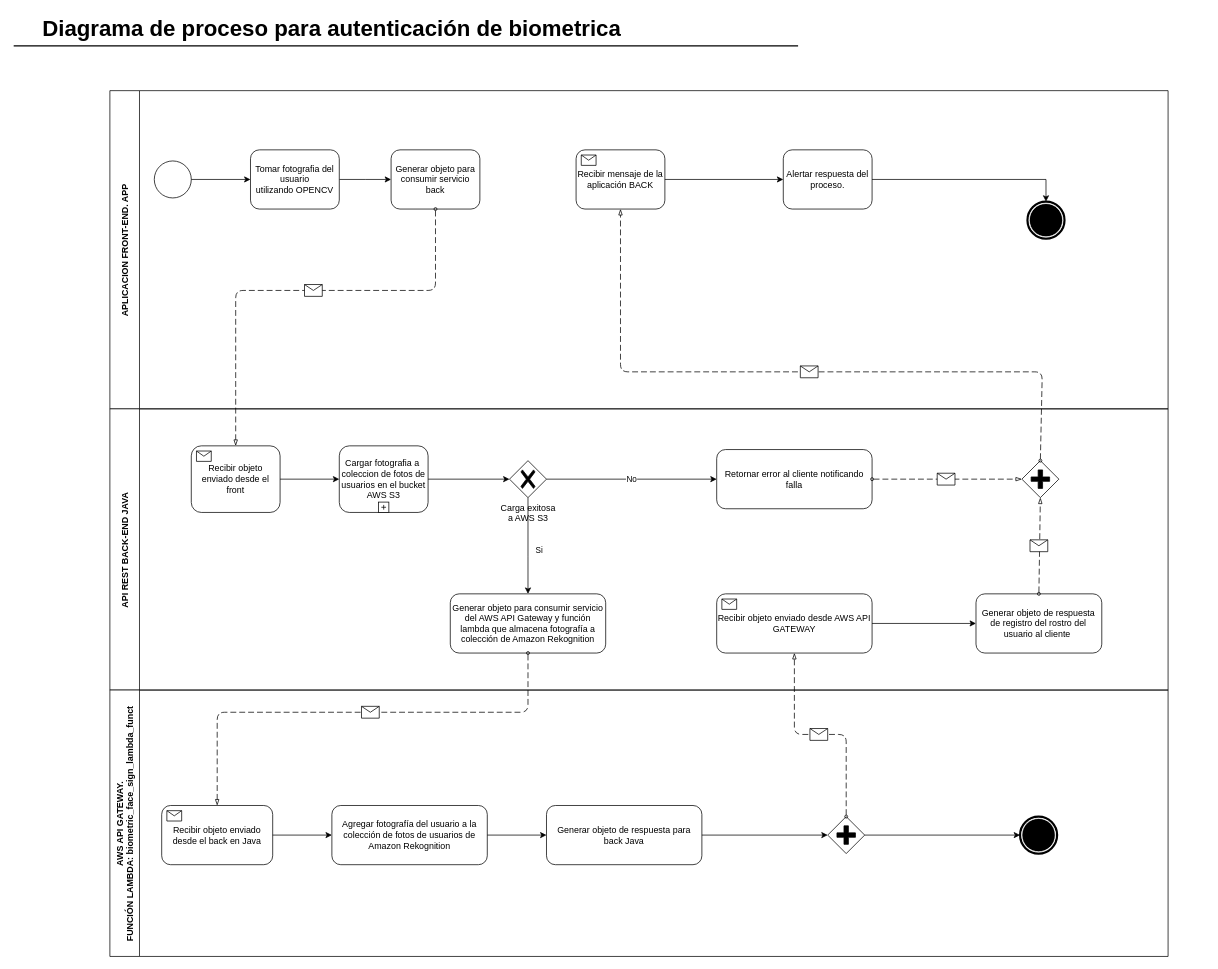
Earlier version of the draw.io diagram DiagramaProcesoAutenticacionBiometrica.drawio (ca-milin15/proy_grado_2021_doc). Source tidied: cells renumbered, new cells numbered last; positions are measured from the earlier drawing's top-left corner, leaving out a move shared by most shapes. Both pictures are drawn from the tidied source at 74%, with x=0, y=0 at pixel (13, 12).
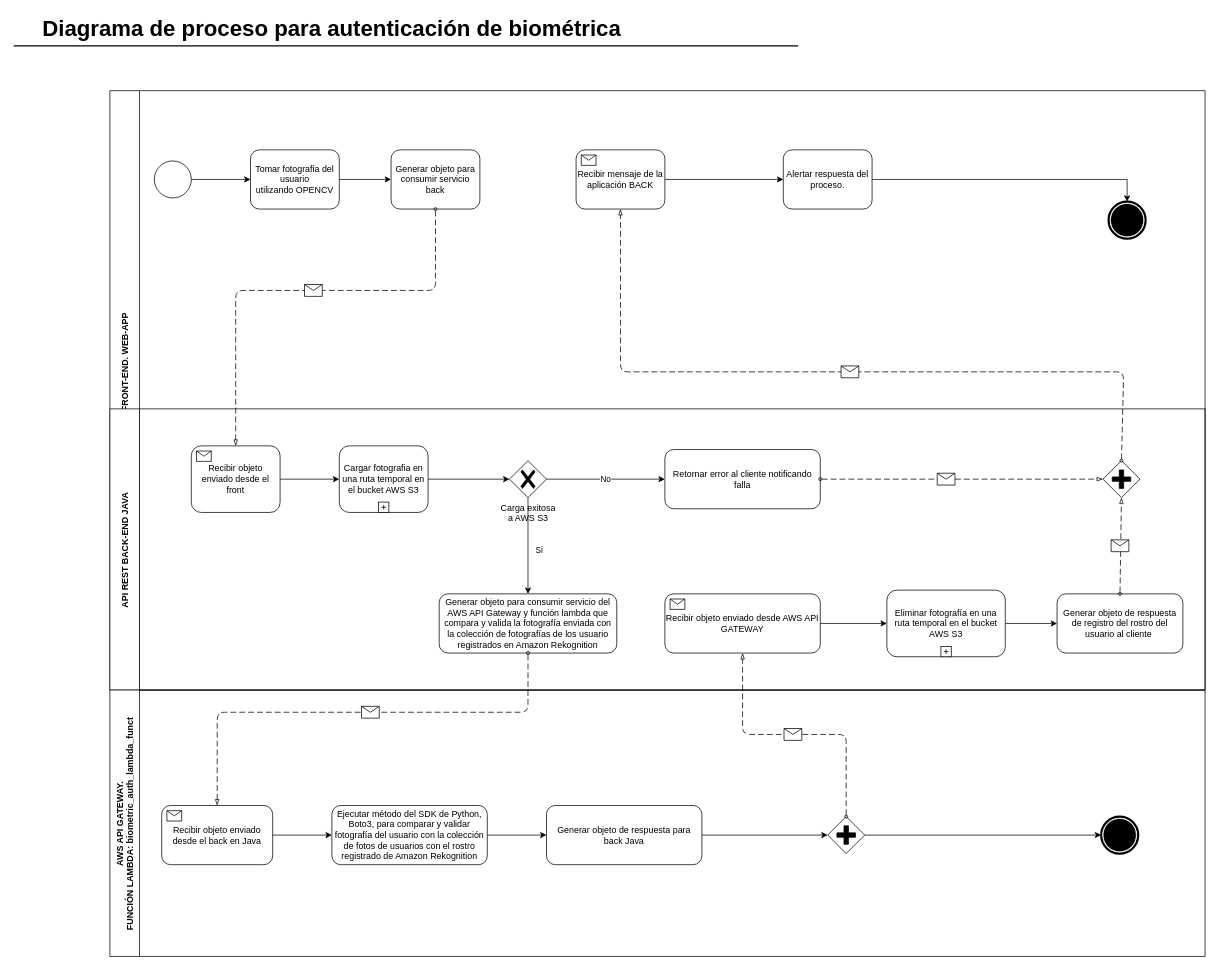
After the change.

Unchanged cells that the change refers to:
```xml
<mxCell id="2" value="Recibir mensaje de la aplicación BACK" style="html=1;whiteSpace=wrap;rounded=1;" parent="1" vertex="1">
  <mxGeometry x="760" y="186" width="120" height="80" as="geometry" />
</mxCell>
<mxCell id="20" style="endArrow=blockThin;html=1;labelPosition=left;verticalLabelPosition=middle;align=right;verticalAlign=middle;dashed=1;dashPattern=8 4;endFill=0;startArrow=oval;startFill=0;endSize=6;startSize=4;entryX=0;entryY=0.5;entryDx=0;entryDy=0;entryPerimeter=0;exitX=1;exitY=0.5;exitDx=0;exitDy=0;" parent="8" edge="1" source="17" target="19">
  <mxGeometry relative="1" as="geometry" />
</mxCell>
<mxCell id="46" style="points=[[0.25,0.25,0],[0.5,0,0],[0.75,0.25,0],[1,0.5,0],[0.75,0.75,0],[0.5,1,0],[0.25,0.75,0],[0,0.5,0]];shape=mxgraph.bpmn.gateway2;html=1;verticalLabelPosition=bottom;labelBackgroundColor=#ffffff;verticalAlign=top;align=center;perimeter=rhombusPerimeter;outlineConnect=0;outline=none;symbol=none;gwType=parallel;" parent="39" vertex="1">
  <mxGeometry x="970" y="171" width="50" height="50" as="geometry" />
</mxCell>
```

Diff of the diagram source:
```diff
@@
-    <mxCell id="6" value="APLICACION FRONT-END. APP" style="swimlane;horizontal=0;startSize=40;" parent="1" vertex="1">
-      <mxGeometry x="130" y="106" width="1430" height="430" as="geometry" />
+    <mxCell id="6" value="APLICACION FRONT-END. WEB-APP" style="swimlane;horizontal=0;startSize=40;" parent="1" vertex="1">
+      <mxGeometry x="130" y="106" width="1480" height="810" as="geometry" />
     </mxCell>
@@
     <mxCell id="8" value="API REST BACK-END JAVA" style="swimlane;horizontal=0;startSize=40;" parent="6" vertex="1">
-      <mxGeometry y="430" width="1430" height="380" as="geometry" />
+      <mxGeometry y="430" width="1480" height="380" as="geometry" />
     </mxCell>
@@
-    <mxCell id="11" value="Cargar fotografia a&amp;nbsp; coleccion de fotos de usuarios en el bucket AWS S3" style="html=1;whiteSpace=wrap;rounded=1;" parent="8" vertex="1">
+    <mxCell id="11" value="Cargar fotografia en una ruta temporal en el bucket AWS S3" style="html=1;whiteSpace=wrap;rounded=1;" parent="8" vertex="1">
       <mxGeometry x="310" y="50" width="120" height="90" as="geometry" />
     </mxCell>
@@
     <mxCell id="17" value="Retornar error al cliente notificando falla" style="shape=ext;rounded=1;html=1;whiteSpace=wrap;" parent="8" vertex="1">
-      <mxGeometry x="820" y="55" width="210" height="80" as="geometry" />
+      <mxGeometry x="750" y="55" width="210" height="80" as="geometry" />
     </mxCell>
@@
     <mxCell id="19" style="points=[[0.25,0.25,0],[0.5,0,0],[0.75,0.25,0],[1,0.5,0],[0.75,0.75,0],[0.5,1,0],[0.25,0.75,0],[0,0.5,0]];shape=mxgraph.bpmn.gateway2;html=1;verticalLabelPosition=bottom;labelBackgroundColor=#ffffff;verticalAlign=top;align=center;perimeter=rhombusPerimeter;outlineConnect=0;outline=none;symbol=none;gwType=parallel;" parent="8" vertex="1">
-      <mxGeometry x="1232.4" y="70" width="50" height="50" as="geometry" />
+      <mxGeometry x="1342" y="70" width="50" height="50" as="geometry" />
     </mxCell>
@@
     <mxCell id="21" style="shape=message;html=1;labelPosition=left;verticalLabelPosition=middle;align=right;verticalAlign=middle;spacingRight=5;labelBackgroundColor=#ffffff;" parent="20" vertex="1">
       <mxGeometry width="24" height="16" relative="1" as="geometry">
-        <mxPoint x="-13" y="-8" as="offset" />
+        <mxPoint x="-33" y="-8" as="offset" />
       </mxGeometry>
     </mxCell>
-    <mxCell id="22" value="Generar objeto para consumir servicio del AWS API Gateway y función lambda que almacena fotografía a colección de Amazon Rekognition" style="shape=ext;rounded=1;html=1;whiteSpace=wrap;" parent="8" vertex="1">
-      <mxGeometry x="460" y="250" width="210" height="80" as="geometry" />
+    <mxCell id="22" value="Generar objeto para consumir servicio del AWS API Gateway y función lambda que compara y valida la fotografía enviada con la colección de fotografías de los usuario registrados en Amazon Rekognition" style="shape=ext;rounded=1;html=1;whiteSpace=wrap;" parent="8" vertex="1">
+      <mxGeometry x="445" y="250" width="240" height="80" as="geometry" />
     </mxCell>
     <mxCell id="23" value="Recibir objeto enviado desde AWS API GATEWAY" style="html=1;whiteSpace=wrap;rounded=1;" parent="8" vertex="1">
-      <mxGeometry x="820" y="250" width="210" height="80" as="geometry" />
+      <mxGeometry x="750" y="250" width="210" height="80" as="geometry" />
     </mxCell>
@@
     <mxCell id="25" value="Generar objeto de respuesta de registro del rostro del usuario al cliente&amp;nbsp;" style="shape=ext;rounded=1;html=1;whiteSpace=wrap;" parent="8" vertex="1">
-      <mxGeometry x="1170.4" y="250" width="170" height="80" as="geometry" />
+      <mxGeometry x="1280" y="250" width="170" height="80" as="geometry" />
     </mxCell>
-    <mxCell id="26" style="edgeStyle=orthogonalEdgeStyle;rounded=0;html=1;jettySize=auto;exitX=1;exitY=0.5;exitDx=0;exitDy=0;entryX=0;entryY=0.5;entryDx=0;entryDy=0;" parent="8" edge="1" source="23" target="25">
+    <mxCell id="26" style="edgeStyle=orthogonalEdgeStyle;rounded=0;html=1;jettySize=auto;exitX=1;exitY=0.5;exitDx=0;exitDy=0;entryX=0;entryY=0.5;entryDx=0;entryDy=0;" parent="8" edge="1" source="23" target="57">
       <mxGeometry relative="1" as="geometry" />
     </mxCell>
@@
+    <mxCell id="56" style="edgeStyle=orthogonalEdgeStyle;rounded=0;jettySize=auto;html=1;exitX=1;exitY=0.5;exitDx=0;exitDy=0;" parent="8" edge="1" source="57" target="25">
+      <mxGeometry relative="1" as="geometry" />
+    </mxCell>
+    <mxCell id="57" value="Eliminar fotografía en una ruta temporal en el bucket AWS S3" style="html=1;whiteSpace=wrap;rounded=1;" parent="8" vertex="1">
+      <mxGeometry x="1050" y="245" width="160" height="90" as="geometry" />
+    </mxCell>
+    <mxCell id="58" style="html=1;shape=plus;" parent="57" vertex="1">
+      <mxGeometry x="0.5" y="1" width="14" height="14" relative="1" as="geometry">
+        <mxPoint x="-7" y="-14" as="offset" />
+      </mxGeometry>
+    </mxCell>
@@
     <mxCell id="31" style="points=[[0.145,0.145,0],[0.5,0,0],[0.855,0.145,0],[1,0.5,0],[0.855,0.855,0],[0.5,1,0],[0.145,0.855,0],[0,0.5,0]];shape=mxgraph.bpmn.event;html=1;verticalLabelPosition=bottom;labelBackgroundColor=#ffffff;verticalAlign=top;align=center;perimeter=ellipsePerimeter;outlineConnect=0;outline=end;symbol=terminate;" parent="6" vertex="1">
-      <mxGeometry x="1240" y="150" width="50" height="50" as="geometry" />
+      <mxGeometry x="1349.6" y="150" width="50" height="50" as="geometry" />
     </mxCell>
@@
     <mxCell id="37" style="endArrow=blockThin;html=1;labelPosition=left;verticalLabelPosition=middle;align=right;verticalAlign=middle;dashed=1;dashPattern=8 4;endFill=0;startArrow=oval;startFill=0;endSize=6;startSize=4;exitX=0.5;exitY=0;exitDx=0;exitDy=0;exitPerimeter=0;entryX=0.5;entryY=1;entryDx=0;entryDy=0;" parent="1" edge="1" source="19" target="2">
       <mxGeometry relative="1" as="geometry">
         <Array as="points">
-          <mxPoint x="1390" y="486" />
+          <mxPoint x="1500" y="486" />
           <mxPoint x="820" y="486" />
         </Array>
       </mxGeometry>
     </mxCell>
@@
-    <mxCell id="39" value="AWS API GATEWAY. &#10;FUNCIÓN LAMBDA: biometric_face_sign_lambda_funct" style="swimlane;horizontal=0;startSize=40;" parent="1" vertex="1">
-      <mxGeometry x="130" y="916" width="1430" height="360" as="geometry" />
+    <mxCell id="39" value="AWS API GATEWAY. &#10;FUNCIÓN LAMBDA: biometric_auth_lambda_funct" style="swimlane;horizontal=0;startSize=40;" parent="1" vertex="1">
+      <mxGeometry x="130" y="916" width="1480" height="360" as="geometry" />
     </mxCell>
@@
-    <mxCell id="42" value="Agregar fotografía del usuario a la colección de fotos de usuarios de Amazon Rekognition" style="shape=ext;rounded=1;html=1;whiteSpace=wrap;" parent="39" vertex="1">
+    <mxCell id="42" value="Ejecutar método del SDK de Python, Boto3, para comparar y validar fotografía del usuario con la colección de fotos de usuarios con el rostro registrado de Amazon Rekognition" style="shape=ext;rounded=1;html=1;whiteSpace=wrap;" parent="39" vertex="1">
       <mxGeometry x="300" y="156" width="210" height="80" as="geometry" />
     </mxCell>
@@
     <mxCell id="48" style="points=[[0.145,0.145,0],[0.5,0,0],[0.855,0.145,0],[1,0.5,0],[0.855,0.855,0],[0.5,1,0],[0.145,0.855,0],[0,0.5,0]];shape=mxgraph.bpmn.event;html=1;verticalLabelPosition=bottom;labelBackgroundColor=#ffffff;verticalAlign=top;align=center;perimeter=ellipsePerimeter;outlineConnect=0;outline=end;symbol=terminate;" parent="39" vertex="1">
-      <mxGeometry x="1230" y="171" width="50" height="50" as="geometry" />
+      <mxGeometry x="1339.6" y="171" width="50" height="50" as="geometry" />
     </mxCell>
@@
     <mxCell id="52" style="endArrow=blockThin;html=1;labelPosition=left;verticalLabelPosition=middle;align=right;verticalAlign=middle;dashed=1;dashPattern=8 4;endFill=0;startArrow=oval;startFill=0;endSize=6;startSize=4;entryX=0.5;entryY=1;entryDx=0;entryDy=0;exitX=0.5;exitY=0;exitDx=0;exitDy=0;exitPerimeter=0;" parent="1" edge="1" source="46" target="23">
       <mxGeometry relative="1" as="geometry">
         <Array as="points">
           <mxPoint x="1125" y="976" />
-          <mxPoint x="1055" y="976" />
+          <mxPoint x="985" y="976" />
         </Array>
       </mxGeometry>
     </mxCell>
@@
-    <mxCell id="54" value="Diagrama de proceso para autenticación de biometrica" style="text;html=1;align=left;verticalAlign=top;spacingTop=-4;fontSize=30;fontStyle=1;" parent="1" vertex="1">
+    <mxCell id="54" value="Diagrama de proceso para autenticación de biométrica" style="text;html=1;align=left;verticalAlign=top;spacingTop=-4;fontSize=30;fontStyle=1;" parent="1" vertex="1">
       <mxGeometry x="36.5" y="0.5" width="800" height="40" as="geometry" />
     </mxCell>
```
